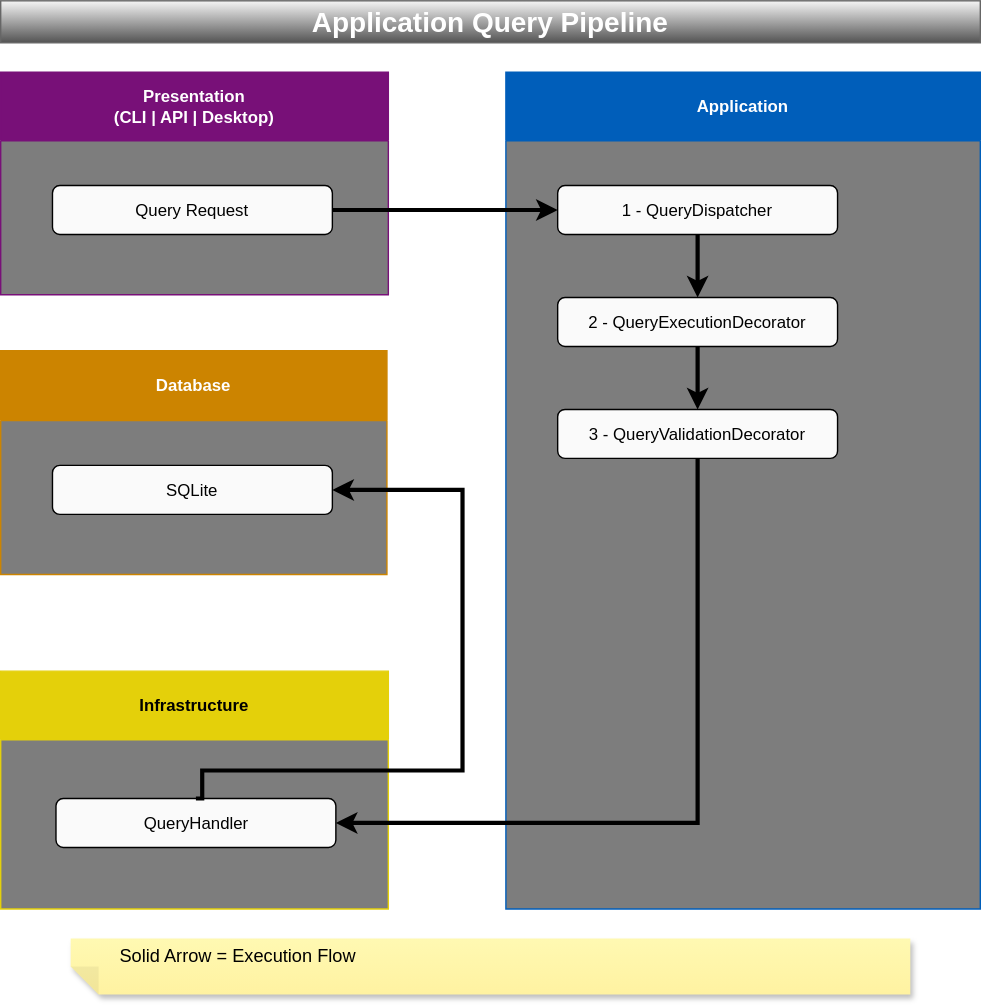
Above: docs/application/application-query-pipeline.svg in sergio-lopes-developer/whoami (draw.io), before the change. Source tidied: cells renumbered, new cells last; positions are measured from the earlier drawing's top-left corner, leaving out a move shared by most shapes.
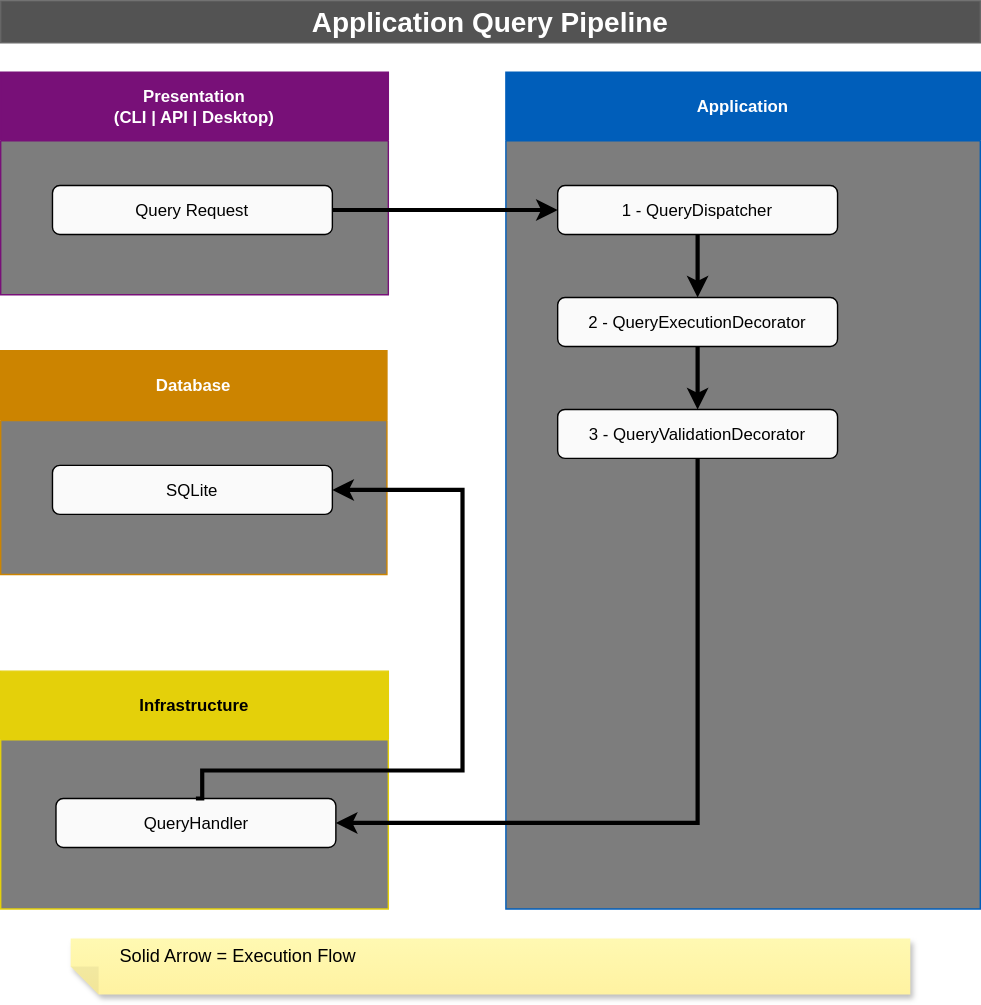
Above is the later version.

Commit message:
docs: remove diagram title background gradients

The edit, as a diff of the source:
```diff
@@ -35,7 +35,7 @@
     <mxCell id="12" style="edgeStyle=orthogonalEdgeStyle;rounded=0;jettySize=auto;html=1;exitX=1;exitY=0.5;exitDx=0;exitDy=0;entryX=0;entryY=0.5;entryDx=0;entryDy=0;strokeWidth=3;fontColor=light-dark(#000000,#FFFFFF);" parent="1" edge="1" source="3" target="6">
       <mxGeometry relative="1" as="geometry" />
     </mxCell>
-    <mxCell id="13" value="&lt;font style=&quot;color: light-dark(rgb(255, 255, 255), rgb(255, 255, 255));&quot;&gt;Application Query Pipeline&lt;/font&gt;" style="text;html=1;whiteSpace=wrap;strokeColor=#666666;fillColor=#f5f5f5;align=center;verticalAlign=middle;rounded=0;gradientColor=light-dark(#535353,#535353);fontSize=20;fontStyle=1;fontColor=light-dark(#FFFFFF,#FFFFFF);" parent="1" vertex="1">
+    <mxCell id="13" value="&lt;font style=&quot;color: light-dark(rgb(255, 255, 255), rgb(255, 255, 255));&quot;&gt;Application Query Pipeline&lt;/font&gt;" style="text;html=1;whiteSpace=wrap;strokeColor=#666666;fillColor=light-dark(#535353,#535353);align=center;verticalAlign=middle;rounded=0;gradientColor=none;fontSize=20;fontStyle=1;fontColor=light-dark(#FFFFFF,#FFFFFF);fillStyle=solid;" parent="1" vertex="1">
       <mxGeometry width="700" height="30" as="geometry" />
     </mxCell>
     <mxCell id="14" value="Database" style="swimlane;whiteSpace=wrap;html=1;fillColor=light-dark(#CC8400,#CC8400);strokeColor=light-dark(#CC8400,#CC8400);startSize=50;fontColor=#ffffff;swimlaneFillColor=light-dark(#7D7D7D,#7D7D7D);gradientColor=none;fillStyle=solid;" parent="1" vertex="1">
```
